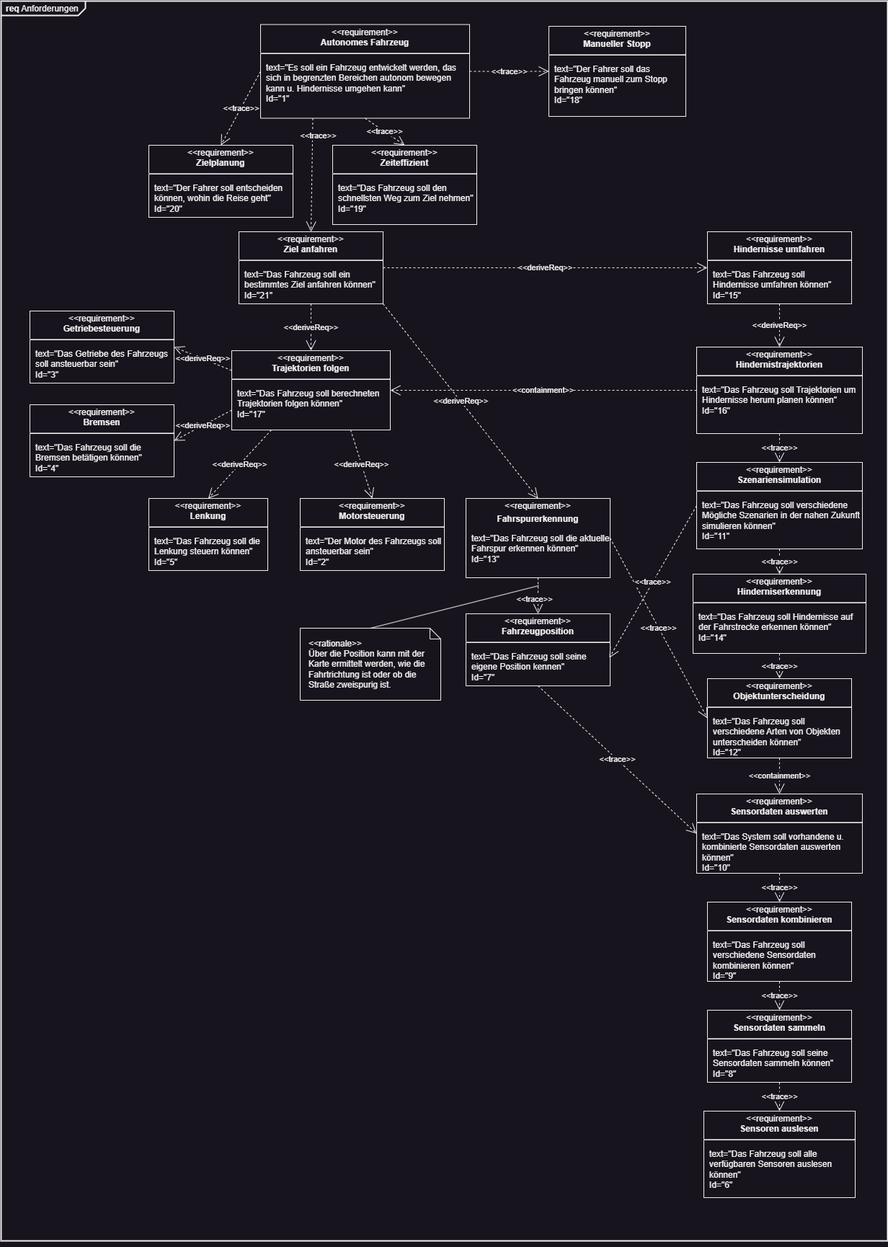
Above: requirements.drawio.png in agrueneberg/sews2324 (draw.io), before the change. Source tidied: cells renumbered, new cells last; positions are measured from the earlier drawing's top-left corner, leaving out a move shared by most shapes.
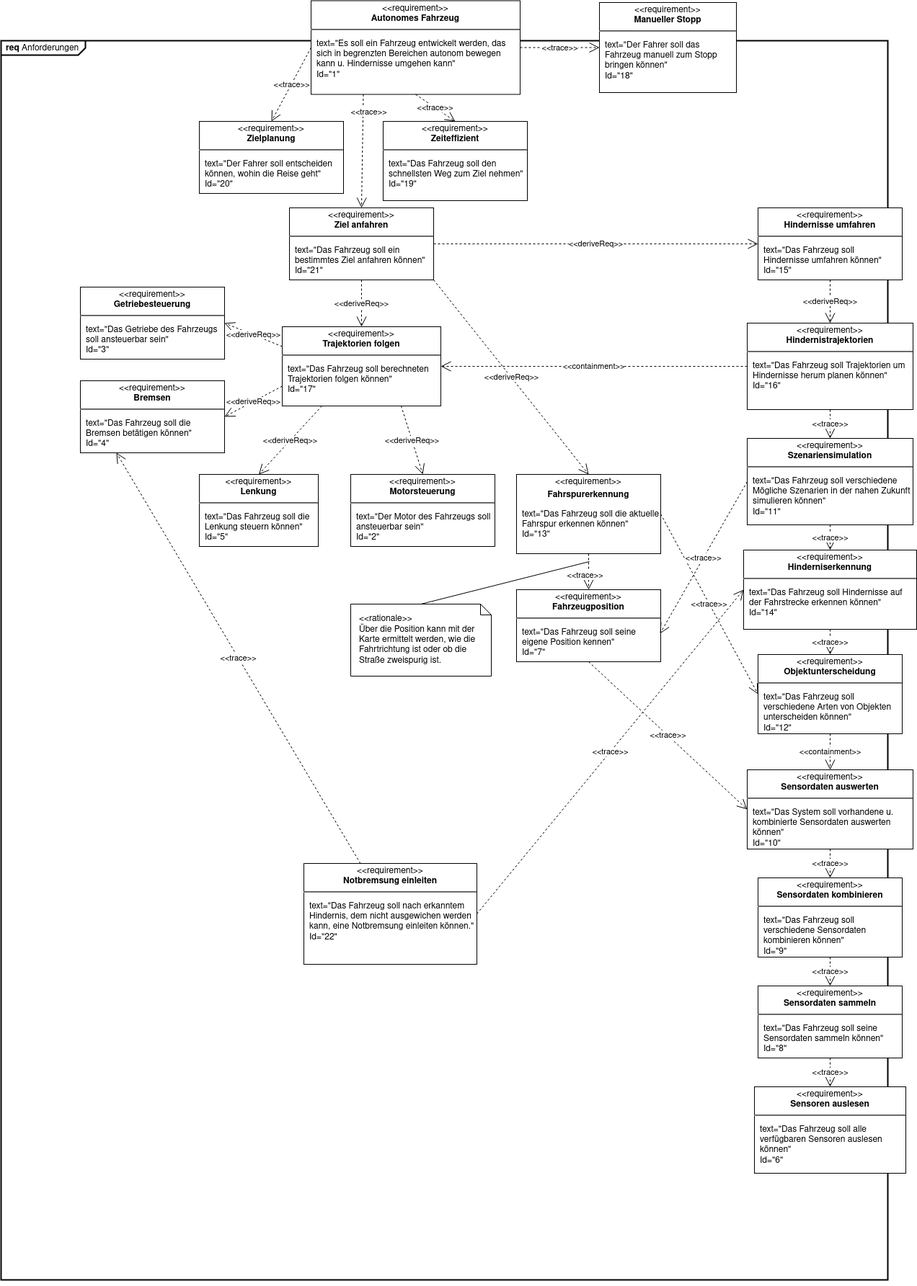
After the commit.

Commit message:
Notbremsung zum Requirements-Diagramm hinzugefügt

What changed in the source:
```diff
@@ -3,7 +3,7 @@
     <mxCell id="0" />
     <mxCell id="1" parent="0" />
     <mxCell id="2" value="&lt;p style=&quot;margin:0px;margin-top:4px;margin-left:7px;text-align:left;&quot;&gt;&lt;b&gt;req&lt;/b&gt;  Anforderungen&lt;/p&gt;" style="html=1;shape=mxgraph.sysml.package;overflow=fill;labelX=117.67;strokeWidth=2;align=center;" parent="1" vertex="1">
-      <mxGeometry width="1230" height="1720" as="geometry" />
+      <mxGeometry x="-70" y="88" width="1230" height="1720" as="geometry" />
     </mxCell>
     <mxCell id="3" value="&lt;p style=&quot;margin:0px;margin-top:4px;text-align:center;&quot;&gt;&amp;lt;&amp;lt;requirement&amp;gt;&amp;gt;&lt;br&gt;&lt;b&gt;Autonomes Fahrzeug&lt;/b&gt;&lt;/p&gt;&lt;hr&gt;&lt;p&gt;&lt;/p&gt;&lt;p style=&quot;margin:0px;margin-left:8px;text-align:left;&quot;&gt;text=&quot;Es soll ein Fahrzeug entwickelt werden, das sich in begrenzten Bereichen autonom bewegen kann u. Hindernisse umgehen kann&quot;&lt;br&gt;Id=&quot;1&lt;span style=&quot;background-color: initial;&quot;&gt;&quot;&lt;/span&gt;&lt;/p&gt;" style="shape=rect;overflow=fill;html=1;whiteSpace=wrap;align=center;" parent="1" vertex="1">
       <mxGeometry x="360" y="32.5" width="290" height="130" as="geometry" />
@@ -151,5 +151,14 @@
         <mxPoint x="746" y="811" as="targetPoint" />
       </mxGeometry>
     </mxCell>
+    <mxCell id="51" value="&lt;p style=&quot;margin:0px;margin-top:4px;text-align:center;&quot;&gt;&amp;lt;&amp;lt;requirement&amp;gt;&amp;gt;&lt;br&gt;&lt;b&gt;Notbremsung einleiten&lt;/b&gt;&lt;br&gt;&lt;/p&gt;&lt;hr&gt;&lt;p&gt;&lt;/p&gt;&lt;p style=&quot;margin:0px;margin-left:8px;text-align:left;&quot;&gt;text=&quot;Das Fahrzeug soll nach erkanntem Hindernis, dem nicht ausgewichen werden kann, eine Notbremsung einleiten können.&quot;&lt;br&gt;Id=&quot;22&quot;&lt;/p&gt;" style="shape=rect;overflow=fill;html=1;whiteSpace=wrap;align=center;" parent="1" vertex="1">
+      <mxGeometry x="350" y="1230" width="240" height="140" as="geometry" />
+    </mxCell>
+    <mxCell id="52" value="&amp;lt;&amp;lt;trace&amp;gt;&amp;gt;" style="endArrow=open;html=1;edgeStyle=none;endSize=12;dashed=1;rounded=0;entryX=0;entryY=0.5;entryDx=0;entryDy=0;exitX=1;exitY=0.5;exitDx=0;exitDy=0;" parent="1" edge="1" source="51" target="13">
+      <mxGeometry relative="1" as="geometry" />
+    </mxCell>
+    <mxCell id="53" value="&amp;lt;&amp;lt;trace&amp;gt;&amp;gt;" style="endArrow=open;html=1;edgeStyle=none;endSize=12;dashed=1;rounded=0;entryX=0.25;entryY=1;entryDx=0;entryDy=0;" parent="1" edge="1" source="51" target="6">
+      <mxGeometry relative="1" as="geometry" />
+    </mxCell>
   </root>
 </mxGraphModel>
```
